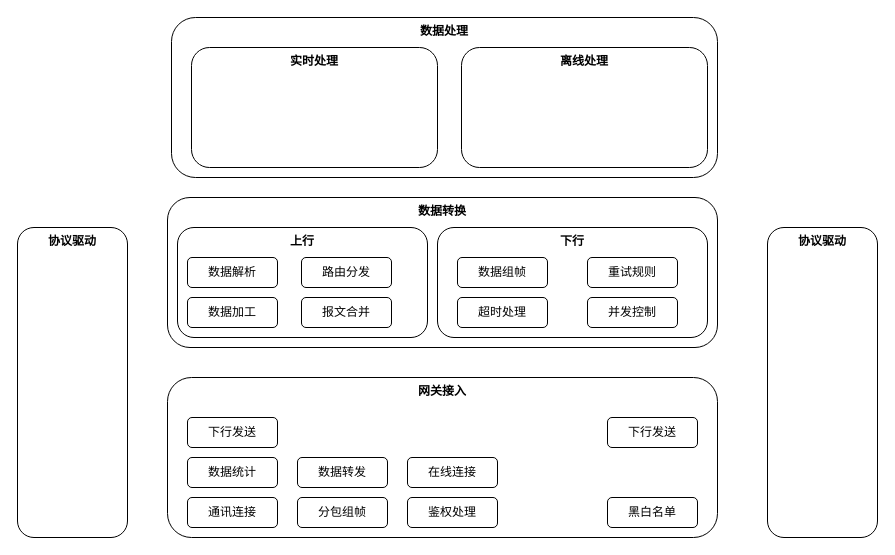
The draw.io diagram Diagram.drawio in SpikeFJ/picgo, before the edit. Source tidied: cells renumbered, new cells numbered last; positions are measured from the earlier drawing's top-left corner, leaving out a move shared by most shapes. Both pictures are drawn from the tidied source at 100%, with x=0, y=0 at pixel (17, 17).
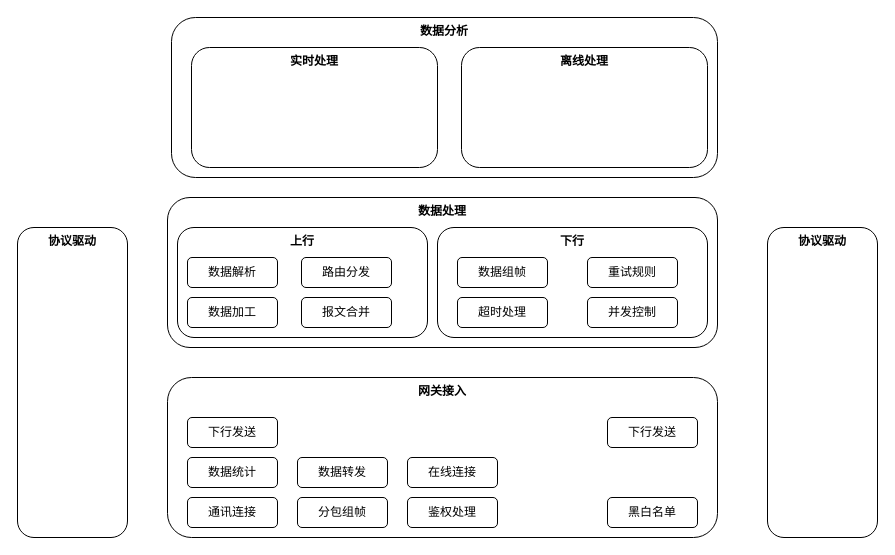
The same diagram, later.

Diff of the diagram source:
```diff
@@
-    <mxCell id="14" value="&lt;b&gt;数据处理&lt;/b&gt;" style="rounded=1;whiteSpace=wrap;html=1;verticalAlign=top;" parent="1" vertex="1">
+    <mxCell id="14" value="&lt;b&gt;数据分析&lt;/b&gt;" style="rounded=1;whiteSpace=wrap;html=1;verticalAlign=top;" parent="1" vertex="1">
       <mxGeometry x="154" width="546" height="160" as="geometry" />
     </mxCell>
@@
-    <mxCell id="17" value="&lt;b&gt;数据转换&lt;/b&gt;" style="rounded=1;whiteSpace=wrap;html=1;align=center;verticalAlign=top;" parent="1" vertex="1">
+    <mxCell id="17" value="&lt;b&gt;数据处理&lt;/b&gt;" style="rounded=1;whiteSpace=wrap;html=1;align=center;verticalAlign=top;" parent="1" vertex="1">
       <mxGeometry x="150" y="180" width="550" height="150" as="geometry" />
     </mxCell>
```
